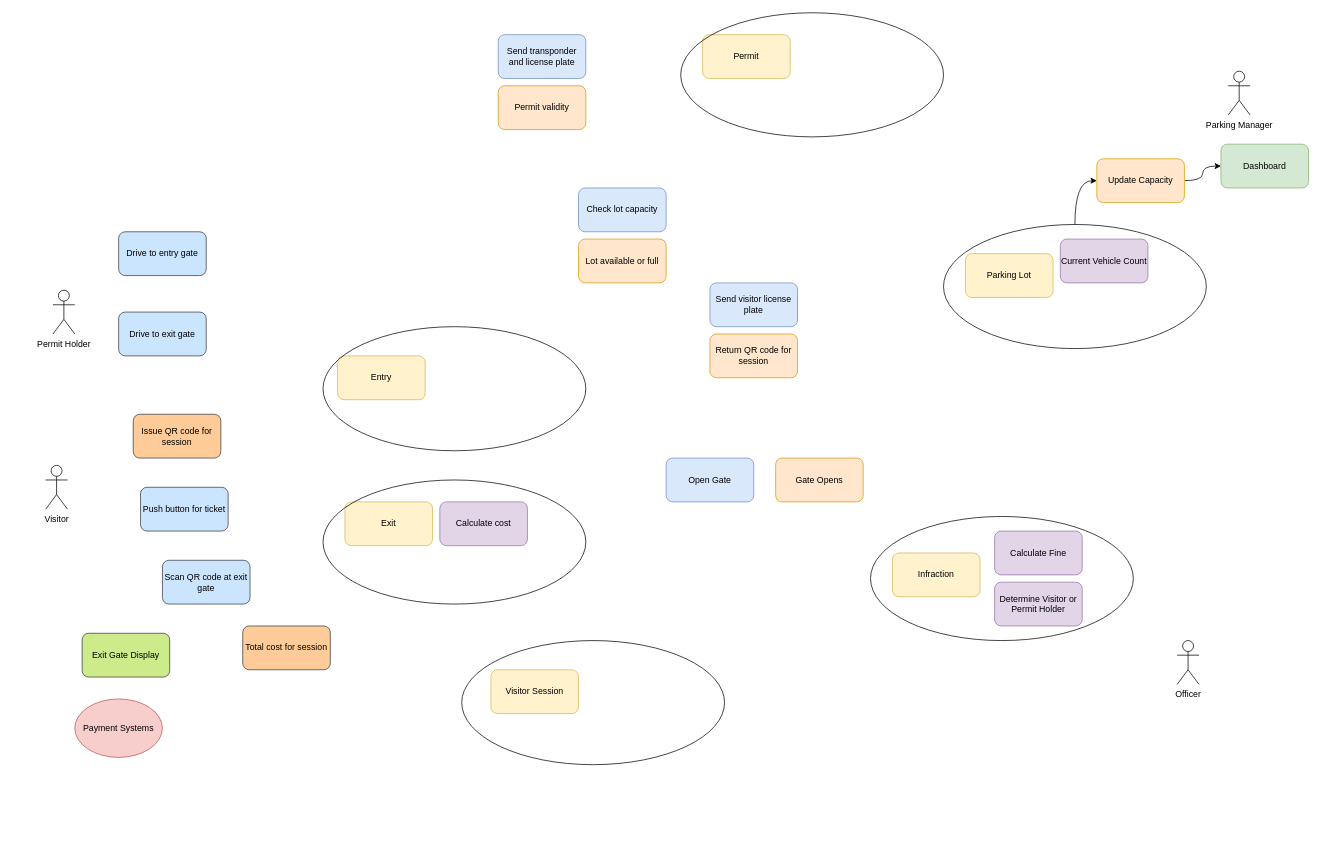
This is mvp.drawio from harwoodr/drawio, a draw.io file, before an edit. Source tidied: cells renumbered, new cells numbered last; positions are measured from the earlier drawing's top-left corner, leaving out a move shared by most shapes. Both pictures are drawn from the tidied source at 73%, with x=0, y=0 at pixel (45, 12).
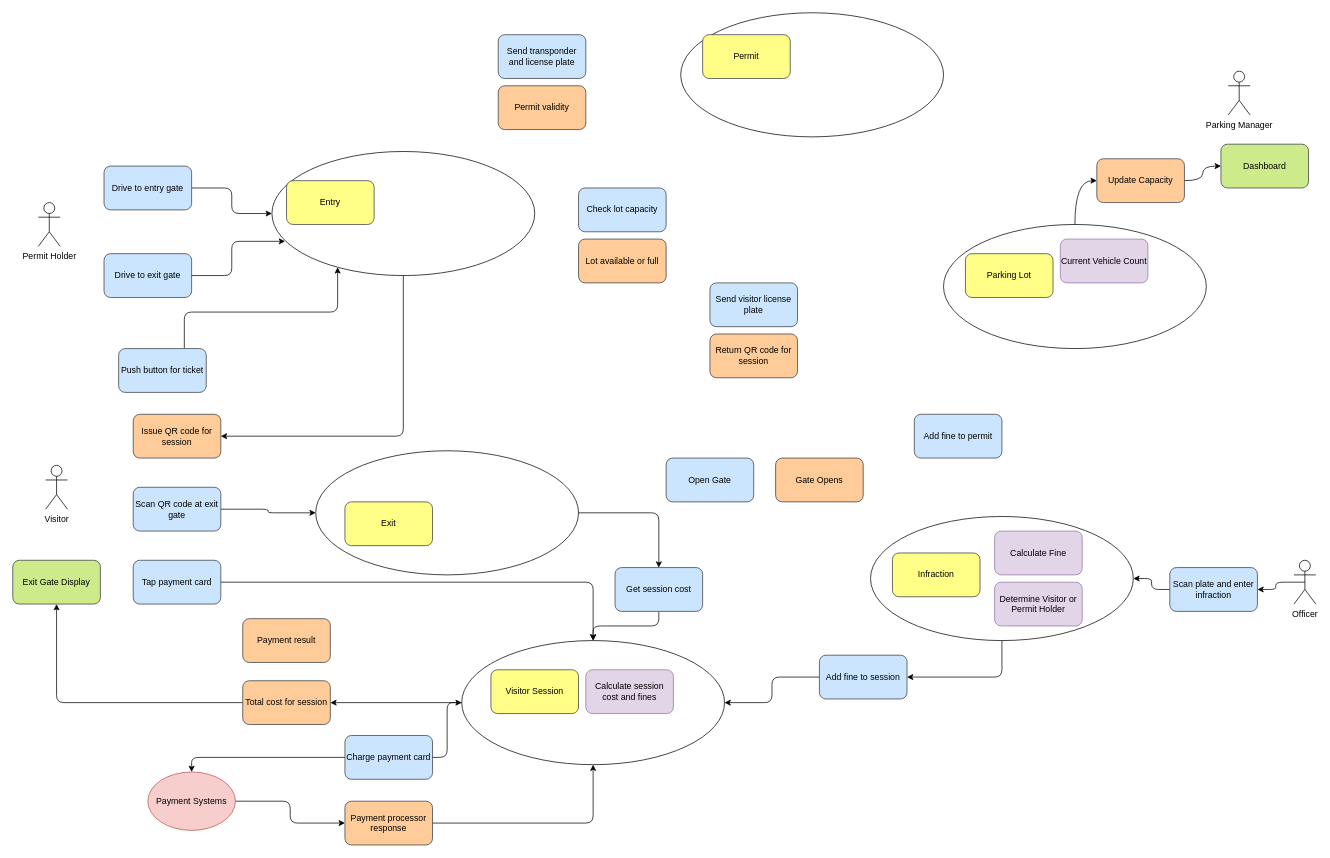
The same diagram, later.

Unchanged cells that the change refers to:
```xml
<mxCell id="6" value="Issue QR code for session" style="rounded=1;whiteSpace=wrap;html=1;fillColor=#ffcc99;strokeColor=#36393d;" parent="1" vertex="1">
  <mxGeometry x="120" y="550" width="120" height="60" as="geometry" />
</mxCell>
```

The edit, as a diff of the source:
```diff
@@
+    <mxCell id="32" style="ellipse;whiteSpace=wrap;html=1;fillColor=none;rounded=1;" parent="1" vertex="1">
+      <mxGeometry x="1230" y="290" width="360" height="170" as="geometry" />
+    </mxCell>
+    <mxCell id="36" style="ellipse;whiteSpace=wrap;html=1;fillColor=none;rounded=1;" parent="1" vertex="1">
+      <mxGeometry x="870" width="360" height="170" as="geometry" />
+    </mxCell>
+    <mxCell id="28" style="ellipse;whiteSpace=wrap;html=1;fillColor=none;rounded=1;" parent="1" vertex="1">
+      <mxGeometry x="310" y="190" width="360" height="170" as="geometry" />
+    </mxCell>
+    <mxCell id="29" style="ellipse;whiteSpace=wrap;html=1;fillColor=none;rounded=1;" parent="1" vertex="1">
+      <mxGeometry x="570" y="860" width="360" height="170" as="geometry" />
+    </mxCell>
+    <mxCell id="30" style="ellipse;whiteSpace=wrap;html=1;fillColor=none;rounded=1;" parent="1" vertex="1">
+      <mxGeometry x="1130" y="690" width="360" height="170" as="geometry" />
+    </mxCell>
-    <mxCell id="2" value="Permit Holder" style="shape=umlActor;verticalLabelPosition=bottom;verticalAlign=top;html=1;" parent="1" vertex="1">
-      <mxGeometry x="10" y="380" width="30" height="60" as="geometry" />
+    <mxCell id="2" value="Permit Holder" style="shape=umlActor;verticalLabelPosition=bottom;verticalAlign=top;html=1;rounded=1;" parent="1" vertex="1">
+      <mxGeometry x="-10" y="260" width="30" height="60" as="geometry" />
     </mxCell>
-    <mxCell id="3" value="Entry" style="rounded=1;whiteSpace=wrap;html=1;fillColor=#fff2cc;strokeColor=#d6b656;" parent="1" vertex="1">
-      <mxGeometry x="400" y="470" width="120" height="60" as="geometry" />
+    <mxCell id="3" value="Entry" style="rounded=1;whiteSpace=wrap;html=1;fillColor=#ffff88;strokeColor=#36393d;" parent="1" vertex="1">
+      <mxGeometry x="330" y="230" width="120" height="60" as="geometry" />
     </mxCell>
     <mxCell id="4" value="Drive to exit gate" style="rounded=1;whiteSpace=wrap;html=1;fillColor=#cce5ff;strokeColor=#36393d;" parent="1" vertex="1">
-      <mxGeometry x="100" y="410" width="120" height="60" as="geometry" />
+      <mxGeometry x="80" y="330" width="120" height="60" as="geometry" />
     </mxCell>
+    <mxCell id="42" style="edgeStyle=orthogonalEdgeStyle;rounded=1;jettySize=auto;html=1;exitX=1;exitY=0.5;exitDx=0;exitDy=0;" parent="1" edge="1" source="5" target="28">
+      <mxGeometry relative="1" as="geometry" />
+    </mxCell>
     <mxCell id="5" value="Drive to entry gate" style="rounded=1;whiteSpace=wrap;html=1;fillColor=#cce5ff;strokeColor=#36393d;" parent="1" vertex="1">
-      <mxGeometry x="100" y="300" width="120" height="60" as="geometry" />
+      <mxGeometry x="80" y="210" width="120" height="60" as="geometry" />
     </mxCell>
@@
+    <mxCell id="43" style="edgeStyle=orthogonalEdgeStyle;rounded=1;jettySize=auto;html=1;exitX=0.75;exitY=0;exitDx=0;exitDy=0;" parent="1" edge="1" source="7" target="28">
+      <mxGeometry relative="1" as="geometry">
+        <Array as="points">
+          <mxPoint x="190" y="410" />
+          <mxPoint x="400" y="410" />
+        </Array>
+      </mxGeometry>
+    </mxCell>
     <mxCell id="7" value="Push button for ticket" style="rounded=1;whiteSpace=wrap;html=1;fillColor=#cce5ff;strokeColor=#36393d;" parent="1" vertex="1">
-      <mxGeometry x="130" y="650" width="120" height="60" as="geometry" />
+      <mxGeometry x="100" y="460" width="120" height="60" as="geometry" />
     </mxCell>
+    <mxCell id="44" style="edgeStyle=orthogonalEdgeStyle;rounded=1;jettySize=auto;html=1;exitX=1;exitY=0.5;exitDx=0;exitDy=0;" parent="1" edge="1" source="8" target="27">
+      <mxGeometry relative="1" as="geometry" />
+    </mxCell>
     <mxCell id="8" value="Scan QR code at exit gate" style="rounded=1;whiteSpace=wrap;html=1;fillColor=#cce5ff;strokeColor=#36393d;" parent="1" vertex="1">
-      <mxGeometry x="160" y="750" width="120" height="60" as="geometry" />
+      <mxGeometry x="120" y="650" width="120" height="60" as="geometry" />
     </mxCell>
     <mxCell id="9" value="Exit Gate Display" style="rounded=1;whiteSpace=wrap;html=1;fillColor=#cdeb8b;strokeColor=#36393d;" parent="1" vertex="1">
-      <mxGeometry x="50" y="850" width="120" height="60" as="geometry" />
+      <mxGeometry x="-45" y="750" width="120" height="60" as="geometry" />
     </mxCell>
+    <mxCell id="45" style="edgeStyle=orthogonalEdgeStyle;rounded=1;jettySize=auto;html=1;exitX=0;exitY=0.5;exitDx=0;exitDy=0;entryX=0.5;entryY=1;entryDx=0;entryDy=0;" parent="1" edge="1" source="10" target="9">
+      <mxGeometry relative="1" as="geometry" />
+    </mxCell>
     <mxCell id="10" value="Total cost for session" style="rounded=1;whiteSpace=wrap;html=1;fillColor=#ffcc99;strokeColor=#36393d;" parent="1" vertex="1">
-      <mxGeometry x="270" y="840" width="120" height="60" as="geometry" />
+      <mxGeometry x="270" y="915" width="120" height="60" as="geometry" />
     </mxCell>
-    <mxCell id="11" value="Exit" style="rounded=1;whiteSpace=wrap;html=1;fillColor=#fff2cc;strokeColor=#d6b656;" parent="1" vertex="1">
-      <mxGeometry x="410" y="670" width="120" height="60" as="geometry" />
-    </mxCell>
-    <mxCell id="12" value="Visitor" style="shape=umlActor;verticalLabelPosition=bottom;verticalAlign=top;html=1;" parent="1" vertex="1">
+    <mxCell id="12" value="Visitor" style="shape=umlActor;verticalLabelPosition=bottom;verticalAlign=top;html=1;rounded=1;" parent="1" vertex="1">
       <mxGeometry y="620" width="30" height="60" as="geometry" />
     </mxCell>
-    <mxCell id="13" value="Calculate cost" style="rounded=1;whiteSpace=wrap;html=1;fillColor=#e1d5e7;strokeColor=#9673a6;" parent="1" vertex="1">
-      <mxGeometry x="540" y="670" width="120" height="60" as="geometry" />
-    </mxCell>
-    <mxCell id="14" value="Open Gate" style="rounded=1;whiteSpace=wrap;html=1;fillColor=#dae8fc;strokeColor=#6c8ebf;" parent="1" vertex="1">
+    <mxCell id="14" value="Open Gate" style="rounded=1;whiteSpace=wrap;html=1;fillColor=#cce5ff;strokeColor=#36393d;" parent="1" vertex="1">
       <mxGeometry x="850" y="610" width="120" height="60" as="geometry" />
     </mxCell>
-    <mxCell id="15" value="Send visitor license plate" style="rounded=1;whiteSpace=wrap;html=1;fillColor=#dae8fc;strokeColor=#6c8ebf;" parent="1" vertex="1">
+    <mxCell id="15" value="Send visitor license plate" style="rounded=1;whiteSpace=wrap;html=1;fillColor=#cce5ff;strokeColor=#36393d;" parent="1" vertex="1">
       <mxGeometry x="910" y="370" width="120" height="60" as="geometry" />
     </mxCell>
-    <mxCell id="16" value="Gate Opens" style="rounded=1;whiteSpace=wrap;html=1;fillColor=#ffe6cc;strokeColor=#d79b00;" parent="1" vertex="1">
+    <mxCell id="16" value="Gate Opens" style="rounded=1;whiteSpace=wrap;html=1;fillColor=#ffcc99;strokeColor=#36393d;" parent="1" vertex="1">
       <mxGeometry x="1000" y="610" width="120" height="60" as="geometry" />
     </mxCell>
-    <mxCell id="17" value="Return QR code for session" style="rounded=1;whiteSpace=wrap;html=1;fillColor=#ffe6cc;strokeColor=#d79b00;" parent="1" vertex="1">
+    <mxCell id="17" value="Return QR code for session" style="rounded=1;whiteSpace=wrap;html=1;fillColor=#ffcc99;strokeColor=#36393d;" parent="1" vertex="1">
       <mxGeometry x="910" y="440" width="120" height="60" as="geometry" />
     </mxCell>
+    <mxCell id="46" style="edgeStyle=orthogonalEdgeStyle;rounded=1;jettySize=auto;html=1;exitX=1;exitY=0.5;exitDx=0;exitDy=0;entryX=0;entryY=0.5;entryDx=0;entryDy=0;" parent="1" edge="1" source="18" target="67">
+      <mxGeometry relative="1" as="geometry" />
+    </mxCell>
-    <mxCell id="18" value="Payment Systems" style="ellipse;whiteSpace=wrap;html=1;fillColor=#f8cecc;strokeColor=#b85450;" parent="1" vertex="1">
-      <mxGeometry x="40" y="940" width="120" height="80" as="geometry" />
+    <mxCell id="18" value="Payment Systems" style="ellipse;whiteSpace=wrap;html=1;fillColor=#f8cecc;strokeColor=#b85450;rounded=1;" parent="1" vertex="1">
+      <mxGeometry x="140" y="1040" width="120" height="80" as="geometry" />
     </mxCell>
-    <mxCell id="19" value="Send transponder and license plate" style="rounded=1;whiteSpace=wrap;html=1;fillColor=#dae8fc;strokeColor=#6c8ebf;" parent="1" vertex="1">
+    <mxCell id="19" value="Send transponder and license plate" style="rounded=1;whiteSpace=wrap;html=1;fillColor=#cce5ff;strokeColor=#36393d;" parent="1" vertex="1">
       <mxGeometry x="620" y="30" width="120" height="60" as="geometry" />
     </mxCell>
+    <mxCell id="27" style="ellipse;whiteSpace=wrap;html=1;fillColor=none;rounded=1;" parent="1" vertex="1">
+      <mxGeometry x="370" y="600" width="360" height="170" as="geometry" />
+    </mxCell>
-    <mxCell id="20" value="Check lot capacity" style="rounded=1;whiteSpace=wrap;html=1;fillColor=#dae8fc;strokeColor=#6c8ebf;" parent="1" vertex="1">
+    <mxCell id="20" value="Check lot capacity" style="rounded=1;whiteSpace=wrap;html=1;fillColor=#cce5ff;strokeColor=#36393d;" parent="1" vertex="1">
       <mxGeometry x="730" y="240" width="120" height="60" as="geometry" />
     </mxCell>
-    <mxCell id="21" value="Lot available or full" style="rounded=1;whiteSpace=wrap;html=1;fillColor=#ffe6cc;strokeColor=#d79b00;" parent="1" vertex="1">
+    <mxCell id="21" value="Lot available or full" style="rounded=1;whiteSpace=wrap;html=1;fillColor=#ffcc99;strokeColor=#36393d;" parent="1" vertex="1">
       <mxGeometry x="730" y="310" width="120" height="60" as="geometry" />
     </mxCell>
-    <mxCell id="22" value="Permit validity" style="rounded=1;whiteSpace=wrap;html=1;fillColor=#ffe6cc;strokeColor=#d79b00;" parent="1" vertex="1">
+    <mxCell id="22" value="Permit validity" style="rounded=1;whiteSpace=wrap;html=1;fillColor=#ffcc99;strokeColor=#36393d;" parent="1" vertex="1">
       <mxGeometry x="620" y="100" width="120" height="60" as="geometry" />
     </mxCell>
-    <mxCell id="23" value="Permit" style="rounded=1;whiteSpace=wrap;html=1;fillColor=#fff2cc;strokeColor=#d6b656;" parent="1" vertex="1">
+    <mxCell id="23" value="Permit" style="rounded=1;whiteSpace=wrap;html=1;fillColor=#ffff88;strokeColor=#36393d;" parent="1" vertex="1">
       <mxGeometry x="900" y="30" width="120" height="60" as="geometry" />
     </mxCell>
-    <mxCell id="24" value="Visitor Session" style="rounded=1;whiteSpace=wrap;html=1;fillColor=#fff2cc;strokeColor=#d6b656;" parent="1" vertex="1">
+    <mxCell id="24" value="Visitor Session" style="rounded=1;whiteSpace=wrap;html=1;fillColor=#ffff88;strokeColor=#36393d;" parent="1" vertex="1">
       <mxGeometry x="610" y="900" width="120" height="60" as="geometry" />
     </mxCell>
-    <mxCell id="25" value="Parking Lot" style="rounded=1;whiteSpace=wrap;html=1;fillColor=#fff2cc;strokeColor=#d6b656;" parent="1" vertex="1">
+    <mxCell id="25" value="Parking Lot" style="rounded=1;whiteSpace=wrap;html=1;fillColor=#ffff88;strokeColor=#36393d;" parent="1" vertex="1">
       <mxGeometry x="1260" y="330" width="120" height="60" as="geometry" />
     </mxCell>
-    <mxCell id="26" value="Infraction" style="rounded=1;whiteSpace=wrap;html=1;fillColor=#fff2cc;strokeColor=#d6b656;" parent="1" vertex="1">
+    <mxCell id="26" value="Infraction" style="rounded=1;whiteSpace=wrap;html=1;fillColor=#ffff88;strokeColor=#36393d;" parent="1" vertex="1">
       <mxGeometry x="1160" y="740" width="120" height="60" as="geometry" />
     </mxCell>
-    <mxCell id="27" style="ellipse;whiteSpace=wrap;html=1;fillColor=none;" parent="1" vertex="1">
-      <mxGeometry x="380" y="640" width="360" height="170" as="geometry" />
-    </mxCell>
-    <mxCell id="28" style="ellipse;whiteSpace=wrap;html=1;fillColor=none;" parent="1" vertex="1">
-      <mxGeometry x="380" y="430" width="360" height="170" as="geometry" />
-    </mxCell>
-    <mxCell id="29" style="ellipse;whiteSpace=wrap;html=1;fillColor=none;" parent="1" vertex="1">
-      <mxGeometry x="570" y="860" width="360" height="170" as="geometry" />
-    </mxCell>
-    <mxCell id="30" style="ellipse;whiteSpace=wrap;html=1;fillColor=none;" parent="1" vertex="1">
-      <mxGeometry x="1130" y="690" width="360" height="170" as="geometry" />
-    </mxCell>
+    <mxCell id="47" style="edgeStyle=orthogonalEdgeStyle;rounded=1;jettySize=auto;html=1;exitX=1;exitY=0.5;exitDx=0;exitDy=0;entryX=0.5;entryY=0;entryDx=0;entryDy=0;" parent="1" edge="1" source="27" target="54">
+      <mxGeometry relative="1" as="geometry" />
+    </mxCell>
+    <mxCell id="48" style="edgeStyle=orthogonalEdgeStyle;rounded=1;jettySize=auto;html=1;exitX=0.5;exitY=1;exitDx=0;exitDy=0;entryX=1;entryY=0.5;entryDx=0;entryDy=0;" parent="1" edge="1" source="28" target="6">
+      <mxGeometry relative="1" as="geometry" />
+    </mxCell>
+    <mxCell id="49" style="edgeStyle=orthogonalEdgeStyle;rounded=1;jettySize=auto;html=1;exitX=0;exitY=0.5;exitDx=0;exitDy=0;entryX=1;entryY=0.5;entryDx=0;entryDy=0;" parent="1" edge="1" source="29" target="10">
+      <mxGeometry relative="1" as="geometry" />
+    </mxCell>
+    <mxCell id="50" style="edgeStyle=orthogonalEdgeStyle;rounded=1;jettySize=auto;html=1;exitX=0.5;exitY=1;exitDx=0;exitDy=0;entryX=1;entryY=0.5;entryDx=0;entryDy=0;" parent="1" edge="1" source="30" target="58">
+      <mxGeometry relative="1" as="geometry" />
+    </mxCell>
-    <mxCell id="31" style="edgeStyle=orthogonalEdgeStyle;rounded=0;jettySize=auto;html=1;exitX=0.5;exitY=0;exitDx=0;exitDy=0;entryX=0;entryY=0.5;entryDx=0;entryDy=0;curved=1;" parent="1" edge="1" source="32" target="40">
+    <mxCell id="31" style="edgeStyle=orthogonalEdgeStyle;rounded=1;jettySize=auto;html=1;exitX=0.5;exitY=0;exitDx=0;exitDy=0;entryX=0;entryY=0.5;entryDx=0;entryDy=0;curved=1;" parent="1" edge="1" source="32" target="40">
       <mxGeometry relative="1" as="geometry" />
     </mxCell>
-    <mxCell id="32" style="ellipse;whiteSpace=wrap;html=1;fillColor=none;" parent="1" vertex="1">
-      <mxGeometry x="1230" y="290" width="360" height="170" as="geometry" />
-    </mxCell>
@@
-    <mxCell id="36" style="ellipse;whiteSpace=wrap;html=1;fillColor=none;" parent="1" vertex="1">
-      <mxGeometry x="870" width="360" height="170" as="geometry" />
-    </mxCell>
+    <mxCell id="51" style="edgeStyle=orthogonalEdgeStyle;rounded=1;jettySize=auto;html=1;exitX=0.5;exitY=0.5;exitDx=0;exitDy=0;exitPerimeter=0;entryX=1;entryY=0.5;entryDx=0;entryDy=0;" parent="1" edge="1" source="37" target="56">
+      <mxGeometry relative="1" as="geometry" />
+    </mxCell>
-    <mxCell id="37" value="Officer" style="shape=umlActor;verticalLabelPosition=bottom;verticalAlign=top;html=1;outlineConnect=0;" parent="1" vertex="1">
-      <mxGeometry x="1550" y="860" width="30" height="60" as="geometry" />
+    <mxCell id="37" value="Officer" style="shape=umlActor;verticalLabelPosition=bottom;verticalAlign=top;html=1;outlineConnect=0;rounded=1;" parent="1" vertex="1">
+      <mxGeometry x="1710" y="750" width="30" height="60" as="geometry" />
     </mxCell>
-    <mxCell id="38" value="Dashboard" style="rounded=1;whiteSpace=wrap;html=1;fillColor=#d5e8d4;strokeColor=#82b366;" parent="1" vertex="1">
+    <mxCell id="38" value="Dashboard" style="rounded=1;whiteSpace=wrap;html=1;fillColor=#cdeb8b;strokeColor=#36393d;" parent="1" vertex="1">
       <mxGeometry x="1610" y="180" width="120" height="60" as="geometry" />
     </mxCell>
-    <mxCell id="39" style="edgeStyle=orthogonalEdgeStyle;rounded=0;jettySize=auto;html=1;exitX=1;exitY=0.5;exitDx=0;exitDy=0;entryX=0;entryY=0.5;entryDx=0;entryDy=0;curved=1;" parent="1" edge="1" source="40" target="38">
+    <mxCell id="39" style="edgeStyle=orthogonalEdgeStyle;rounded=1;jettySize=auto;html=1;exitX=1;exitY=0.5;exitDx=0;exitDy=0;entryX=0;entryY=0.5;entryDx=0;entryDy=0;curved=1;" parent="1" edge="1" source="40" target="38">
       <mxGeometry relative="1" as="geometry" />
     </mxCell>
-    <mxCell id="40" value="Update Capacity" style="rounded=1;whiteSpace=wrap;html=1;fillColor=#ffe6cc;strokeColor=#d79b00;" parent="1" vertex="1">
+    <mxCell id="40" value="Update Capacity" style="rounded=1;whiteSpace=wrap;html=1;fillColor=#ffcc99;strokeColor=#36393d;" parent="1" vertex="1">
       <mxGeometry x="1440" y="200" width="120" height="60" as="geometry" />
     </mxCell>
-    <mxCell id="41" value="Parking Manager" style="shape=umlActor;verticalLabelPosition=bottom;verticalAlign=top;html=1;" parent="1" vertex="1">
+    <mxCell id="41" value="Parking Manager" style="shape=umlActor;verticalLabelPosition=bottom;verticalAlign=top;html=1;rounded=1;" parent="1" vertex="1">
       <mxGeometry x="1620" y="80" width="30" height="60" as="geometry" />
     </mxCell>
+    <mxCell id="52" style="edgeStyle=orthogonalEdgeStyle;rounded=1;jettySize=auto;html=1;exitX=1;exitY=0.5;exitDx=0;exitDy=0;entryX=0.05;entryY=0.724;entryDx=0;entryDy=0;entryPerimeter=0;" parent="1" edge="1" source="4" target="28">
+      <mxGeometry relative="1" as="geometry" />
+    </mxCell>
+    <mxCell id="53" style="edgeStyle=orthogonalEdgeStyle;rounded=1;jettySize=auto;html=1;exitX=0.5;exitY=1;exitDx=0;exitDy=0;entryX=0.5;entryY=0;entryDx=0;entryDy=0;" parent="1" edge="1" source="54" target="29">
+      <mxGeometry relative="1" as="geometry" />
+    </mxCell>
+    <mxCell id="54" value="Get session cost" style="rounded=1;whiteSpace=wrap;html=1;fillColor=#cce5ff;strokeColor=#36393d;" parent="1" vertex="1">
+      <mxGeometry x="780" y="760" width="120" height="60" as="geometry" />
+    </mxCell>
+    <mxCell id="55" style="edgeStyle=orthogonalEdgeStyle;rounded=1;jettySize=auto;html=1;exitX=0;exitY=0.5;exitDx=0;exitDy=0;" parent="1" edge="1" source="56" target="30">
+      <mxGeometry relative="1" as="geometry" />
+    </mxCell>
+    <mxCell id="56" value="Scan plate and enter infraction" style="rounded=1;whiteSpace=wrap;html=1;fillColor=#cce5ff;strokeColor=#36393d;" parent="1" vertex="1">
+      <mxGeometry x="1540" y="760" width="120" height="60" as="geometry" />
+    </mxCell>
+    <mxCell id="57" style="edgeStyle=orthogonalEdgeStyle;rounded=1;jettySize=auto;html=1;exitX=0;exitY=0.5;exitDx=0;exitDy=0;entryX=1;entryY=0.5;entryDx=0;entryDy=0;" parent="1" edge="1" source="58" target="29">
+      <mxGeometry relative="1" as="geometry" />
+    </mxCell>
+    <mxCell id="58" value="Add fine to session" style="rounded=1;whiteSpace=wrap;html=1;fillColor=#cce5ff;strokeColor=#36393d;" parent="1" vertex="1">
+      <mxGeometry x="1060" y="880" width="120" height="60" as="geometry" />
+    </mxCell>
+    <mxCell id="59" value="Add fine to permit" style="rounded=1;whiteSpace=wrap;html=1;fillColor=#cce5ff;strokeColor=#36393d;" parent="1" vertex="1">
+      <mxGeometry x="1190" y="550" width="120" height="60" as="geometry" />
+    </mxCell>
+    <mxCell id="60" value="Calculate session cost and fines" style="rounded=1;whiteSpace=wrap;html=1;fillColor=#e1d5e7;strokeColor=#9673a6;" parent="1" vertex="1">
+      <mxGeometry x="740" y="900" width="120" height="60" as="geometry" />
+    </mxCell>
+    <mxCell id="11" value="Exit" style="rounded=1;whiteSpace=wrap;html=1;fillColor=#ffff88;strokeColor=#36393d;" parent="1" vertex="1">
+      <mxGeometry x="410" y="670" width="120" height="60" as="geometry" />
+    </mxCell>
+    <mxCell id="61" style="edgeStyle=orthogonalEdgeStyle;rounded=1;jettySize=auto;html=1;exitX=1;exitY=0.5;exitDx=0;exitDy=0;" parent="1" edge="1" source="62" target="29">
+      <mxGeometry relative="1" as="geometry" />
+    </mxCell>
+    <mxCell id="62" value="Tap payment card" style="rounded=1;whiteSpace=wrap;html=1;fillColor=#cce5ff;strokeColor=#36393d;" parent="1" vertex="1">
+      <mxGeometry x="120" y="750" width="120" height="60" as="geometry" />
+    </mxCell>
+    <mxCell id="63" style="edgeStyle=orthogonalEdgeStyle;rounded=1;jettySize=auto;html=1;exitX=1;exitY=0.5;exitDx=0;exitDy=0;entryX=0;entryY=0.5;entryDx=0;entryDy=0;" parent="1" edge="1" source="65" target="29">
+      <mxGeometry relative="1" as="geometry" />
+    </mxCell>
+    <mxCell id="64" style="edgeStyle=orthogonalEdgeStyle;rounded=1;jettySize=auto;html=1;exitX=0;exitY=0.5;exitDx=0;exitDy=0;entryX=0.5;entryY=0;entryDx=0;entryDy=0;" parent="1" edge="1" source="65" target="18">
+      <mxGeometry relative="1" as="geometry" />
+    </mxCell>
+    <mxCell id="65" value="Charge payment card" style="rounded=1;whiteSpace=wrap;html=1;fillColor=#cce5ff;strokeColor=#36393d;" parent="1" vertex="1">
+      <mxGeometry x="410" y="990" width="120" height="60" as="geometry" />
+    </mxCell>
+    <mxCell id="66" style="edgeStyle=orthogonalEdgeStyle;rounded=1;jettySize=auto;html=1;exitX=1;exitY=0.5;exitDx=0;exitDy=0;entryX=0.5;entryY=1;entryDx=0;entryDy=0;" parent="1" edge="1" source="67" target="29">
+      <mxGeometry relative="1" as="geometry" />
+    </mxCell>
+    <mxCell id="67" value="Payment processor response" style="rounded=1;whiteSpace=wrap;html=1;fillColor=#ffcc99;strokeColor=#36393d;" parent="1" vertex="1">
+      <mxGeometry x="410" y="1080" width="120" height="60" as="geometry" />
+    </mxCell>
+    <mxCell id="68" value="Payment result" style="rounded=1;whiteSpace=wrap;html=1;fillColor=#ffcc99;strokeColor=#36393d;" parent="1" vertex="1">
+      <mxGeometry x="270" y="830" width="120" height="60" as="geometry" />
+    </mxCell>
```
